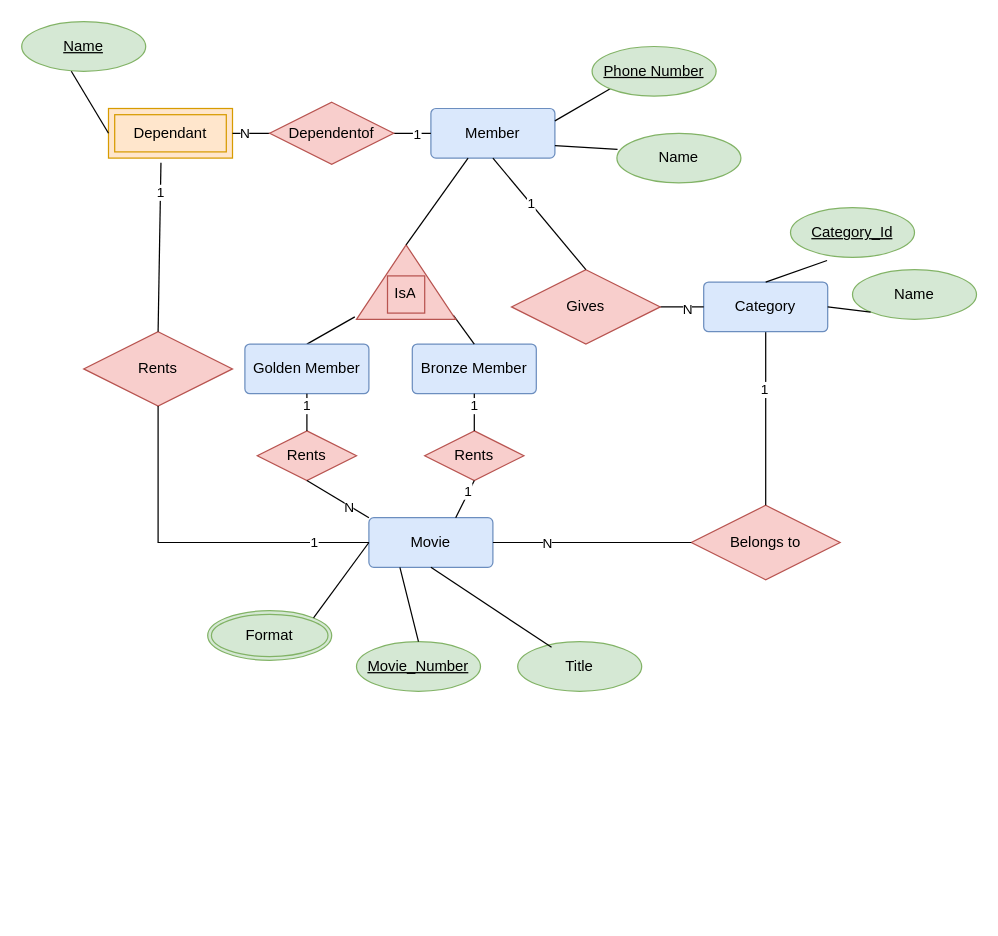
Above: Day 18/MovieRentERDiagram/MovieRentShop.drawio in venkatsp17/Training (draw.io), before the change. Source tidied: cells renumbered, new cells numbered last; positions are measured from the earlier drawing's top-left corner, leaving out a move shared by most shapes. Both pictures are drawn from the tidied source at 124%, with x=0, y=0 at pixel (21, 21).
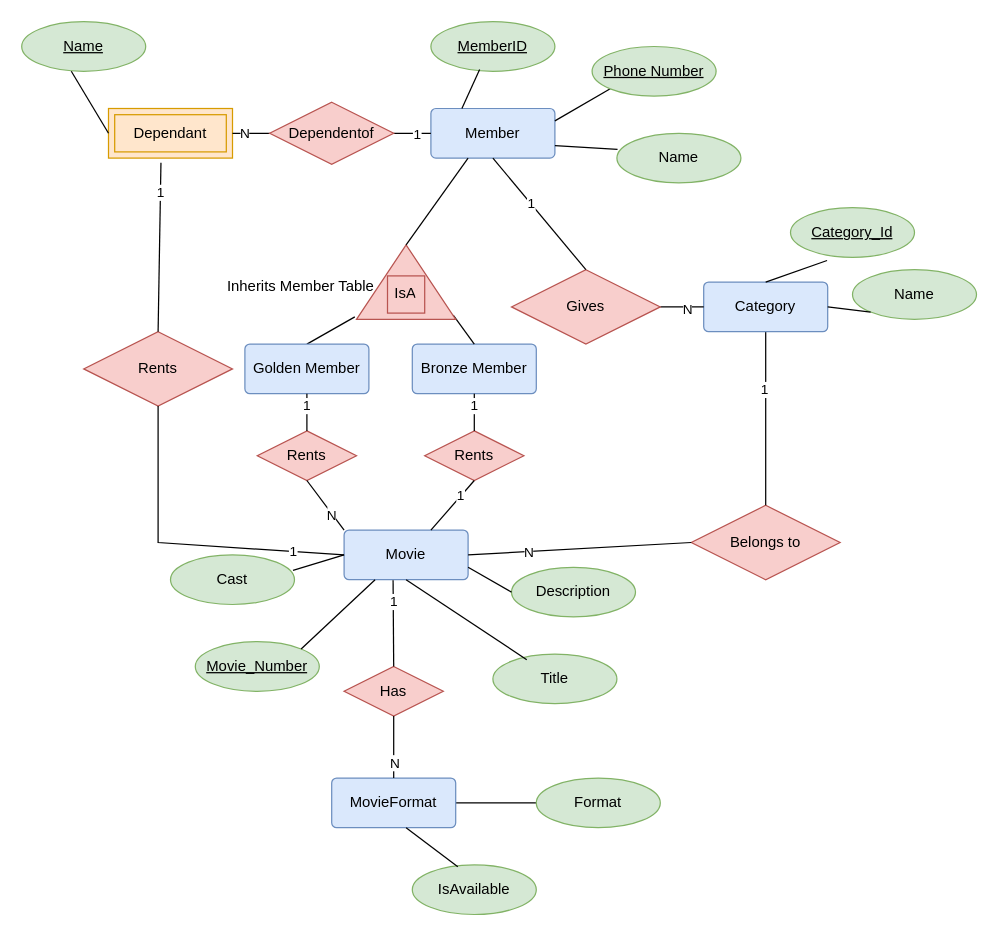
Above is the later version.

Unchanged cells that the change refers to:
```xml
<mxCell id="3" value="Movie" style="rounded=1;arcSize=10;whiteSpace=wrap;html=1;align=center;fillColor=#dae8fc;strokeColor=#6c8ebf;" parent="2" vertex="1">
  <mxGeometry x="20" y="40" width="100" height="40" as="geometry" />
</mxCell>
<mxCell id="8" style="group;" parent="1" vertex="1">
  <mxGeometry x="330" width="250" height="200" as="geometry" />
</mxCell>
<mxCell id="9" value="Member" style="rounded=1;arcSize=10;whiteSpace=wrap;html=1;align=center;fillColor=#dae8fc;strokeColor=#6c8ebf;" parent="8" vertex="1">
  <mxGeometry y="70" width="100" height="40" as="geometry" />
</mxCell>
```

Change to the diagram source:
```diff
@@
     <mxCell id="2" style="group;" parent="1" vertex="1">
-      <mxGeometry x="260" y="360" width="330" height="190" as="geometry" />
+      <mxGeometry x="240" y="370" width="330" height="190" as="geometry" />
     </mxCell>
@@
-    <mxCell id="4" value="Movie_Number" style="ellipse;whiteSpace=wrap;html=1;align=center;fontStyle=4;fillColor=#d5e8d4;strokeColor=#82b366;" parent="2" vertex="1">
-      <mxGeometry x="10" y="140" width="100" height="40" as="geometry" />
-    </mxCell>
@@
-    <mxCell id="6" style="endArrow=none;html=1;rounded=0;exitX=0.25;exitY=1;exitDx=0;exitDy=0;" parent="2" edge="1" source="3">
-      <mxGeometry relative="1" as="geometry">
-        <mxPoint x="60" y="140" as="targetPoint" />
-      </mxGeometry>
-    </mxCell>
@@
+    <mxCell id="65" value="Description" style="ellipse;whiteSpace=wrap;html=1;align=center;fillColor=#d5e8d4;strokeColor=#82b366;" parent="2" vertex="1">
+      <mxGeometry x="155" y="70" width="100" height="40" as="geometry" />
+    </mxCell>
+    <mxCell id="66" style="endArrow=none;html=1;rounded=0;exitX=1;exitY=0.75;exitDx=0;exitDy=0;entryX=0;entryY=0.5;entryDx=0;entryDy=0;" parent="2" edge="1" source="3" target="65">
+      <mxGeometry relative="1" as="geometry" />
+    </mxCell>
+    <mxCell id="67" value="Has" style="shape=rhombus;perimeter=rhombusPerimeter;whiteSpace=wrap;html=1;align=center;fillColor=#f8cecc;strokeColor=#b85450;" parent="2" vertex="1">
+      <mxGeometry x="20" y="150" width="80" height="40" as="geometry" />
+    </mxCell>
+    <mxCell id="68" style="endArrow=none;html=1;rounded=0;exitX=0.395;exitY=1.01;exitDx=0;exitDy=0;exitPerimeter=0;entryX=0.5;entryY=0;entryDx=0;entryDy=0;" parent="2" edge="1" source="3" target="67">
+      <mxGeometry relative="1" as="geometry" />
+    </mxCell>
+    <mxCell id="69" value="1" style="edgeLabel;html=1;align=center;verticalAlign=middle;" parent="68" vertex="1">
+      <mxGeometry x="-0.5" relative="1" as="geometry" />
+    </mxCell>
@@
+    <mxCell id="70" value="MemberID" style="ellipse;whiteSpace=wrap;html=1;align=center;fontStyle=4;fillColor=#d5e8d4;strokeColor=#82b366;" parent="8" vertex="1">
+      <mxGeometry width="100" height="40" as="geometry" />
+    </mxCell>
+    <mxCell id="71" style="endArrow=none;html=1;rounded=0;exitX=0.393;exitY=0.966;exitDx=0;exitDy=0;entryX=0.25;entryY=0;entryDx=0;entryDy=0;exitPerimeter=0;" parent="8" edge="1" source="70" target="9">
+      <mxGeometry relative="1" as="geometry" />
+    </mxCell>
     <mxCell id="14" style="group;" parent="1" vertex="1">
-      <mxGeometry x="40" y="80" width="330" height="140" as="geometry" />
+      <mxGeometry x="40" y="80" width="330" height="150" as="geometry" />
     </mxCell>
@@
+    <mxCell id="72" value="Inherits Member Table" style="text;strokeColor=none;fillColor=none;spacingLeft=4;spacingRight=4;overflow=hidden;fontSize=12;whiteSpace=wrap;html=1;" parent="14" vertex="1">
+      <mxGeometry x="120" y="120" width="130" height="30" as="geometry" />
+    </mxCell>
@@
-    <mxCell id="48" value="Format" style="ellipse;shape=doubleEllipse;margin=3;whiteSpace=wrap;html=1;align=center;fillColor=#d5e8d4;strokeColor=#82b366;" parent="1" vertex="1">
-      <mxGeometry x="150" y="475" width="100" height="40" as="geometry" />
-    </mxCell>
-    <mxCell id="49" style="endArrow=none;html=1;rounded=0;exitX=0;exitY=0.5;exitDx=0;exitDy=0;entryX=1;entryY=0;entryDx=0;entryDy=0;" parent="1" edge="1" source="3" target="48">
+    <mxCell id="49" style="endArrow=none;html=1;rounded=0;exitX=1;exitY=0.5;exitDx=0;exitDy=0;entryX=0;entryY=0.5;entryDx=0;entryDy=0;" parent="1" edge="1" source="75" target="48">
       <mxGeometry relative="1" as="geometry" />
     </mxCell>
@@
+    <mxCell id="73" value="Cast" style="ellipse;whiteSpace=wrap;html=1;align=center;fillColor=#d5e8d4;strokeColor=#82b366;" parent="1" vertex="1">
+      <mxGeometry x="120" y="430" width="100" height="40" as="geometry" />
+    </mxCell>
+    <mxCell id="74" style="endArrow=none;html=1;rounded=0;entryX=0.988;entryY=0.312;entryDx=0;entryDy=0;entryPerimeter=0;exitX=0;exitY=0.5;exitDx=0;exitDy=0;" parent="1" edge="1" source="3" target="73">
+      <mxGeometry relative="1" as="geometry" />
+    </mxCell>
+    <mxCell id="75" value="MovieFormat" style="rounded=1;arcSize=10;whiteSpace=wrap;html=1;align=center;fillColor=#dae8fc;strokeColor=#6c8ebf;" parent="1" vertex="1">
+      <mxGeometry x="250" y="610" width="100" height="40" as="geometry" />
+    </mxCell>
+    <mxCell id="4" value="Movie_Number" style="ellipse;whiteSpace=wrap;html=1;align=center;fontStyle=4;fillColor=#d5e8d4;strokeColor=#82b366;" parent="1" vertex="1">
+      <mxGeometry x="140" y="500" width="100" height="40" as="geometry" />
+    </mxCell>
+    <mxCell id="6" style="endArrow=none;html=1;rounded=0;exitX=0.25;exitY=1;exitDx=0;exitDy=0;entryX=1;entryY=0;entryDx=0;entryDy=0;" parent="1" edge="1" source="3" target="4">
+      <mxGeometry relative="1" as="geometry" />
+    </mxCell>
+    <mxCell id="48" value="Format" style="ellipse;whiteSpace=wrap;html=1;align=center;fillColor=#d5e8d4;strokeColor=#82b366;" parent="1" vertex="1">
+      <mxGeometry x="415" y="610" width="100" height="40" as="geometry" />
+    </mxCell>
+    <mxCell id="76" style="endArrow=none;html=1;rounded=0;exitX=0.5;exitY=1;exitDx=0;exitDy=0;entryX=0.5;entryY=0;entryDx=0;entryDy=0;" parent="1" edge="1" source="67" target="75">
+      <mxGeometry relative="1" as="geometry" />
+    </mxCell>
+    <mxCell id="77" value="N" style="edgeLabel;html=1;align=center;verticalAlign=middle;" parent="76" vertex="1">
+      <mxGeometry x="0.49" relative="1" as="geometry" />
+    </mxCell>
+    <mxCell id="78" value="IsAvailable" style="ellipse;whiteSpace=wrap;html=1;align=center;fillColor=#d5e8d4;strokeColor=#82b366;" parent="1" vertex="1">
+      <mxGeometry x="315" y="680" width="100" height="40" as="geometry" />
+    </mxCell>
+    <mxCell id="79" style="endArrow=none;html=1;rounded=0;entryX=0.367;entryY=0.036;entryDx=0;entryDy=0;entryPerimeter=0;" parent="1" edge="1" target="78">
+      <mxGeometry relative="1" as="geometry">
+        <mxPoint x="310" y="650" as="sourcePoint" />
+      </mxGeometry>
+    </mxCell>
```
